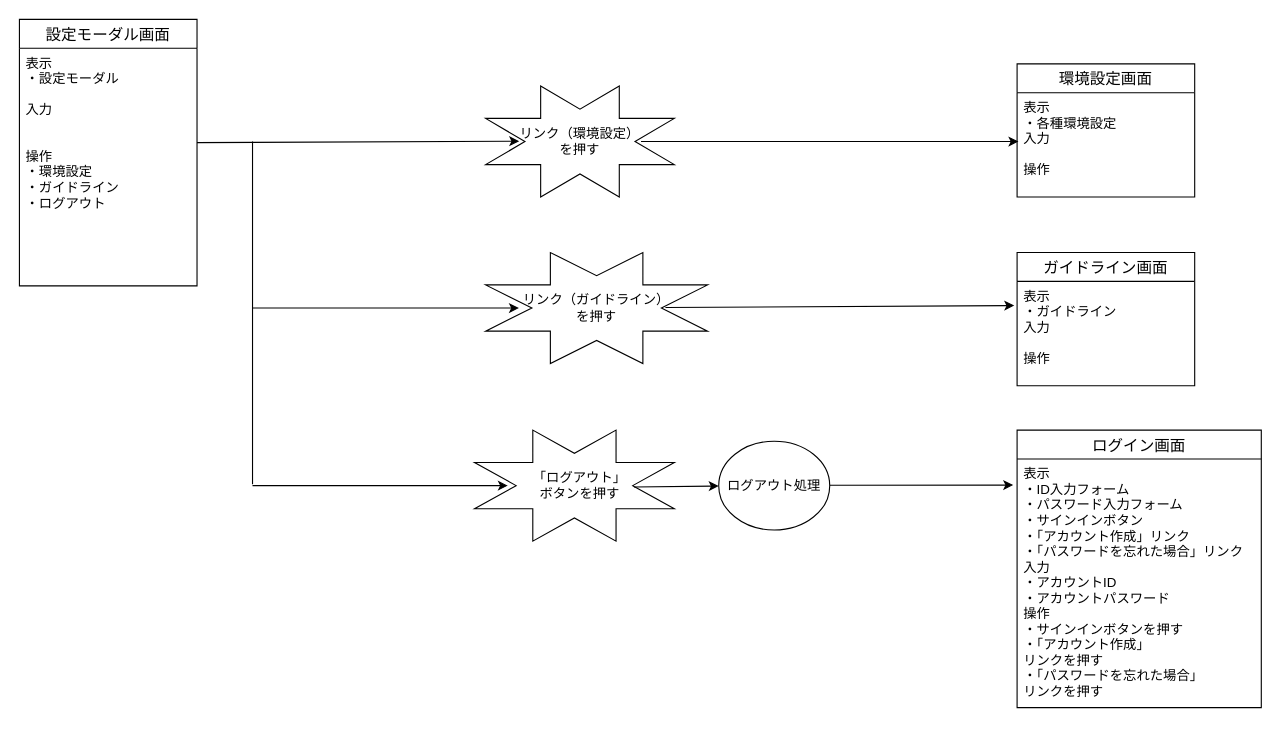
Above: 画面遷移図/設定モーダル（各種遷移）.drawio in Ryusei44237/sotuken (draw.io), before the change. Source tidied: cells renumbered, new cells numbered last; positions are measured from the earlier drawing's top-left corner, leaving out a move shared by most shapes. Both pictures are drawn from the tidied source at 111%, with x=0, y=0 at pixel (19, 19).
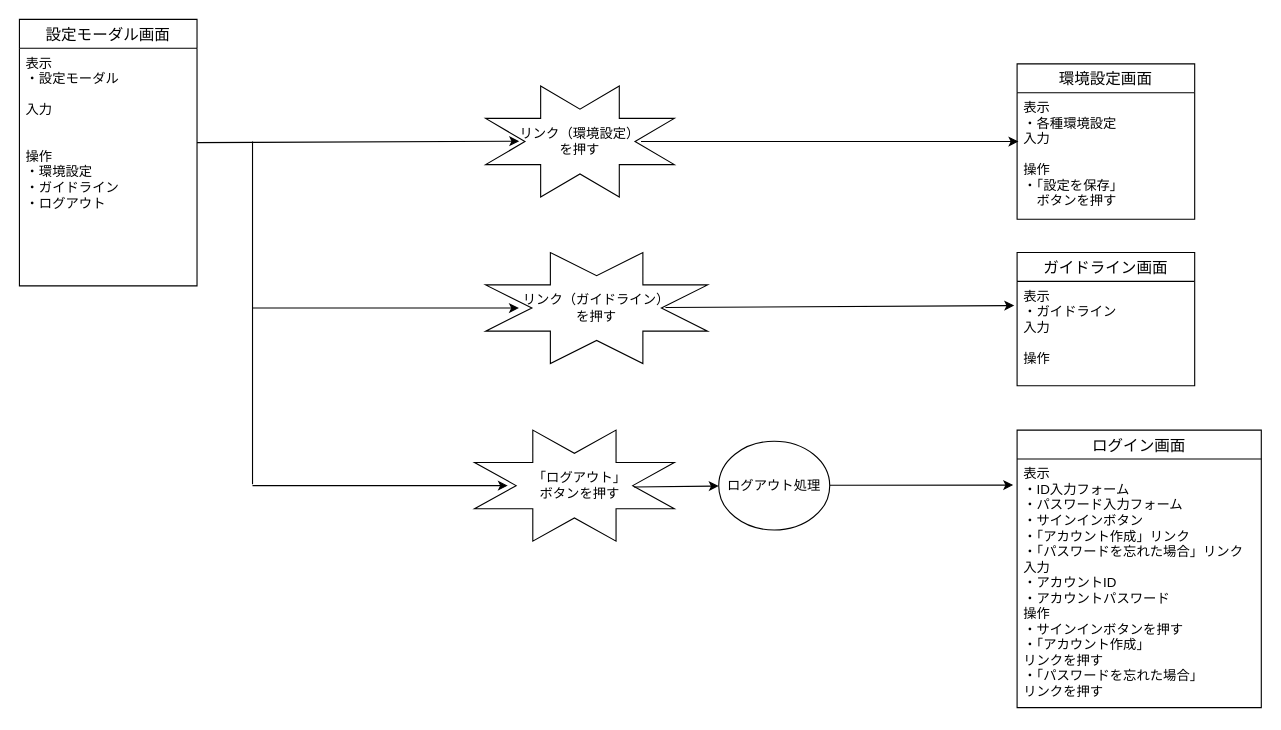
After the change.

Diff of the diagram source:
```diff
@@
     <mxCell id="10" value="環境設定画面" style="swimlane;fontStyle=0;horizontal=1;startSize=26;align=center;fontSize=14;" parent="1" vertex="1">
-      <mxGeometry x="898.8" y="40" width="160" height="120" as="geometry" />
+      <mxGeometry x="898.8" y="40" width="160" height="140" as="geometry" />
     </mxCell>
-    <mxCell id="11" value="表示&#10;・各種環境設定&#10;入力&#10;&#10;操作&#10;" style="text;strokeColor=none;fillColor=none;spacingLeft=4;spacingRight=4;overflow=hidden;fontSize=12;" parent="10" vertex="1">
-      <mxGeometry y="26" width="160" height="94" as="geometry" />
+    <mxCell id="11" value="表示&#10;・各種環境設定&#10;入力&#10;&#10;操作&#10;・「設定を保存」&#10;　ボタンを押す&#10;" style="text;strokeColor=none;fillColor=none;spacingLeft=4;spacingRight=4;overflow=hidden;fontSize=12;" parent="10" vertex="1">
+      <mxGeometry y="26" width="160" height="114" as="geometry" />
     </mxCell>
```
